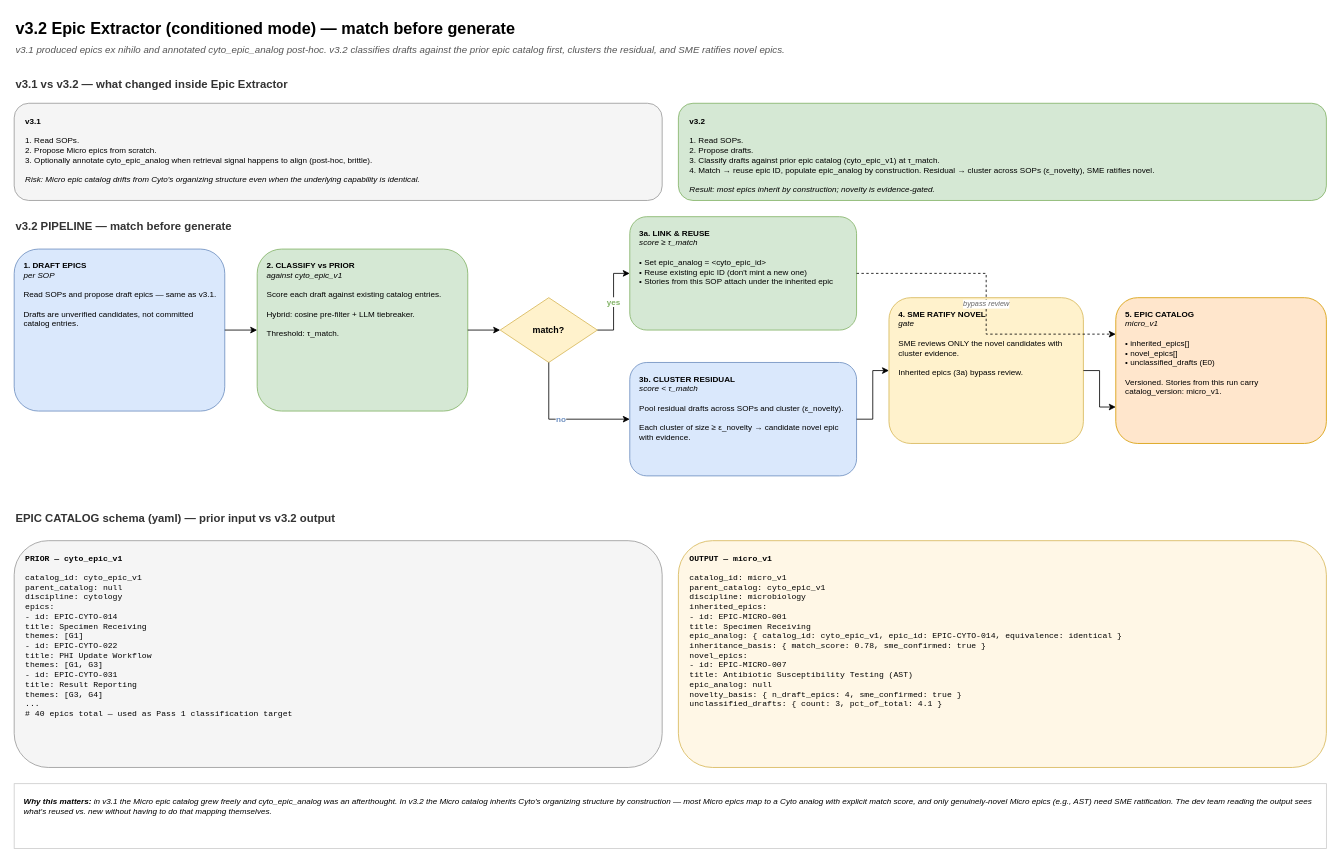
Rajneesh-Tiwari/LabReq_agent keeps this draw.io diagram as page "v3.2 Conditioned Epic Extractor" (12 of 13) of microbio_lims_architecture.drawio. Above is the earlier version. Source tidied: cells renumbered, new cells numbered last; positions are measured from the earlier drawing's top-left corner, leaving out a move shared by most shapes. Both pictures are drawn from the tidied source at 81%, with x=0, y=0 at pixel (14, 14).
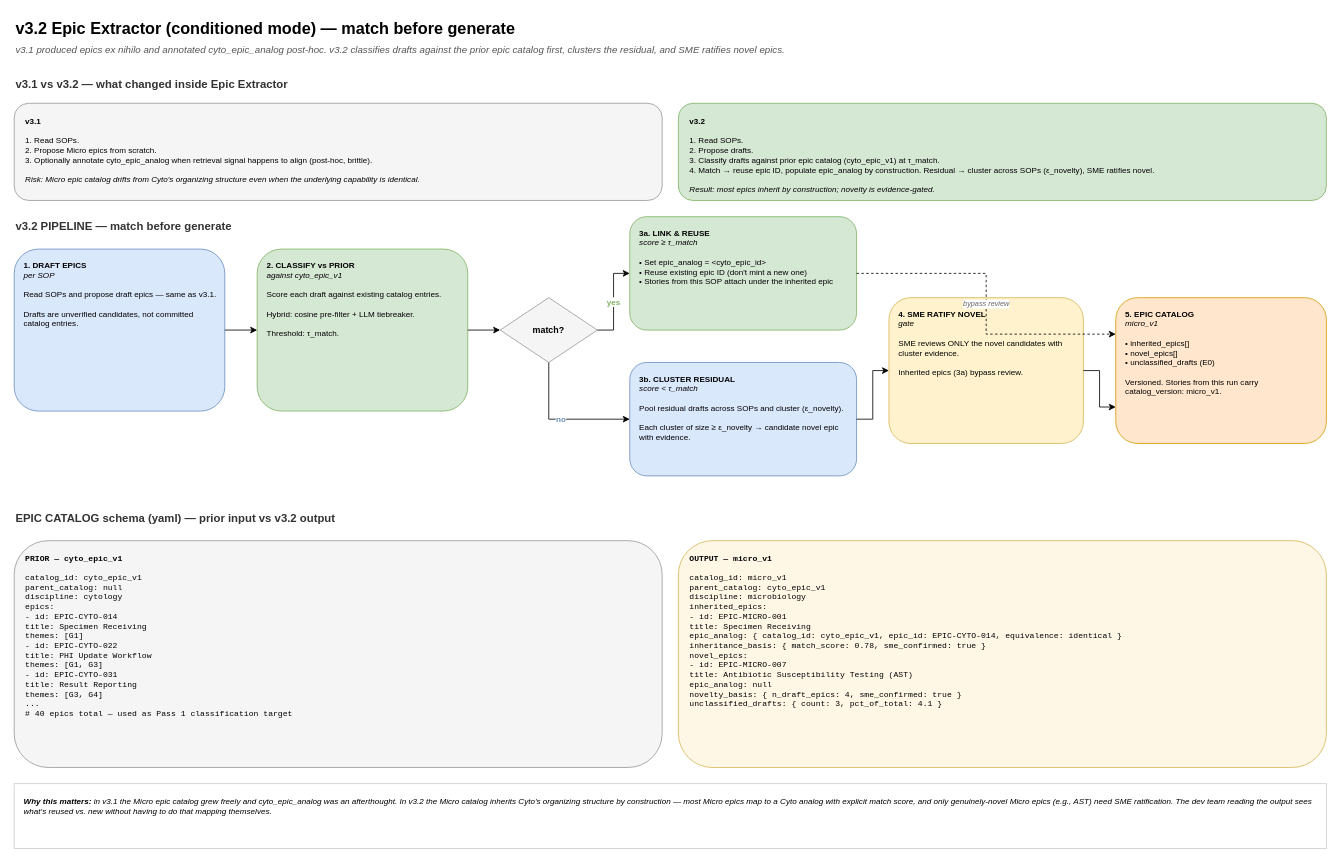
The same page after the edit.

What changed in the source:
```diff
@@
-    <mxCell id="10" value="&lt;b&gt;match?&lt;/b&gt;" style="rhombus;whiteSpace=wrap;html=1;fillColor=#fff2cc;strokeColor=#d6b656;fontSize=11;" parent="1" vertex="1">
+    <mxCell id="10" value="&lt;b&gt;match?&lt;/b&gt;" style="rhombus;whiteSpace=wrap;html=1;fillColor=#f5f5f5;strokeColor=#999999;fontSize=11;" parent="1" vertex="1">
       <mxGeometry x="600" y="350" width="120" height="80" as="geometry" />
     </mxCell>
```
